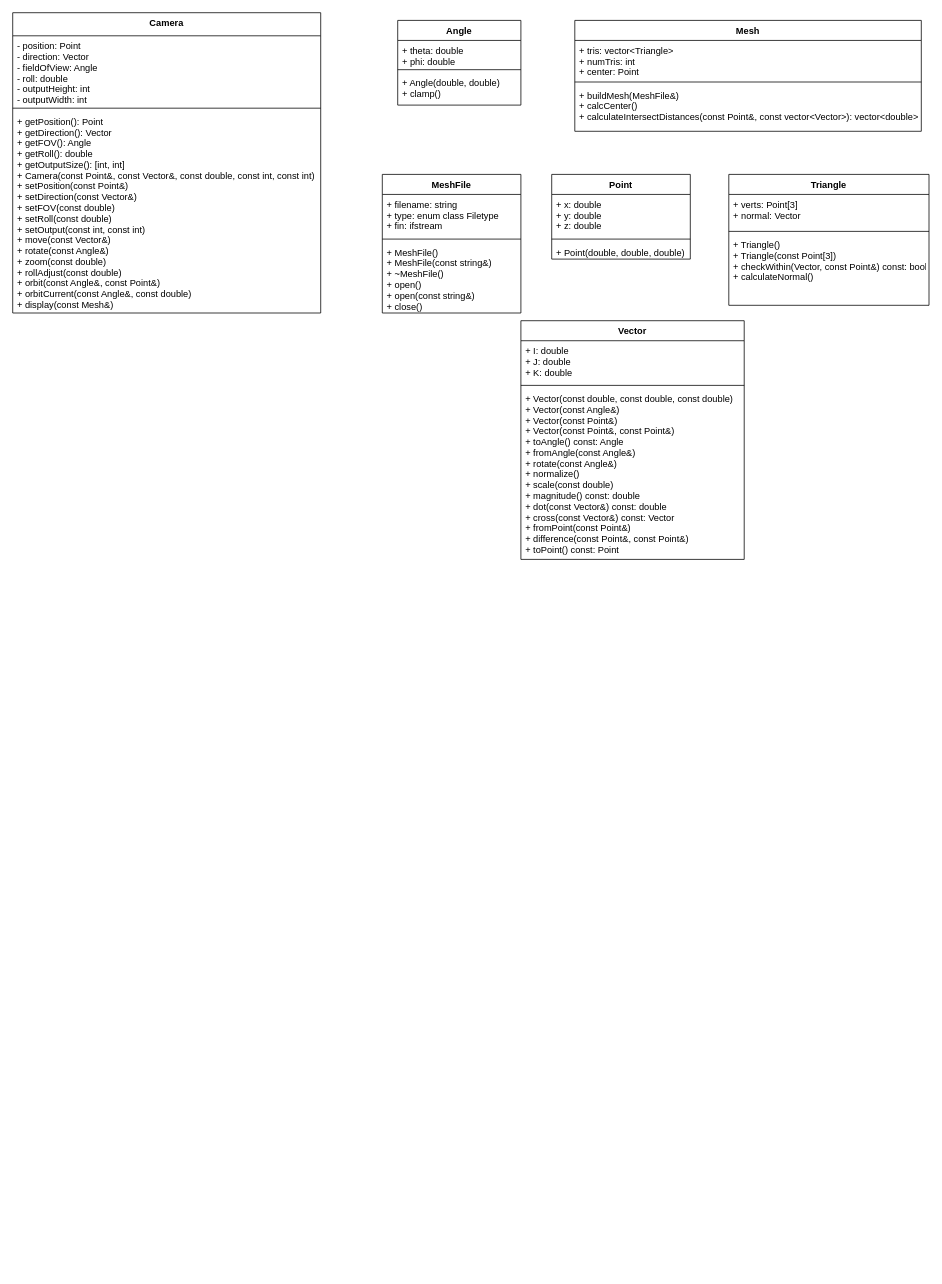
boBylliB/Terminal3DRenderer keeps this draw.io diagram as UMLDiagram.drawio. Above is the earlier version. Source tidied: cells renumbered, new cells numbered last; positions are measured from the earlier drawing's top-left corner, leaving out a move shared by most shapes. Both pictures are drawn from the tidied source at 77%, with x=0, y=0 at pixel (12, 12).
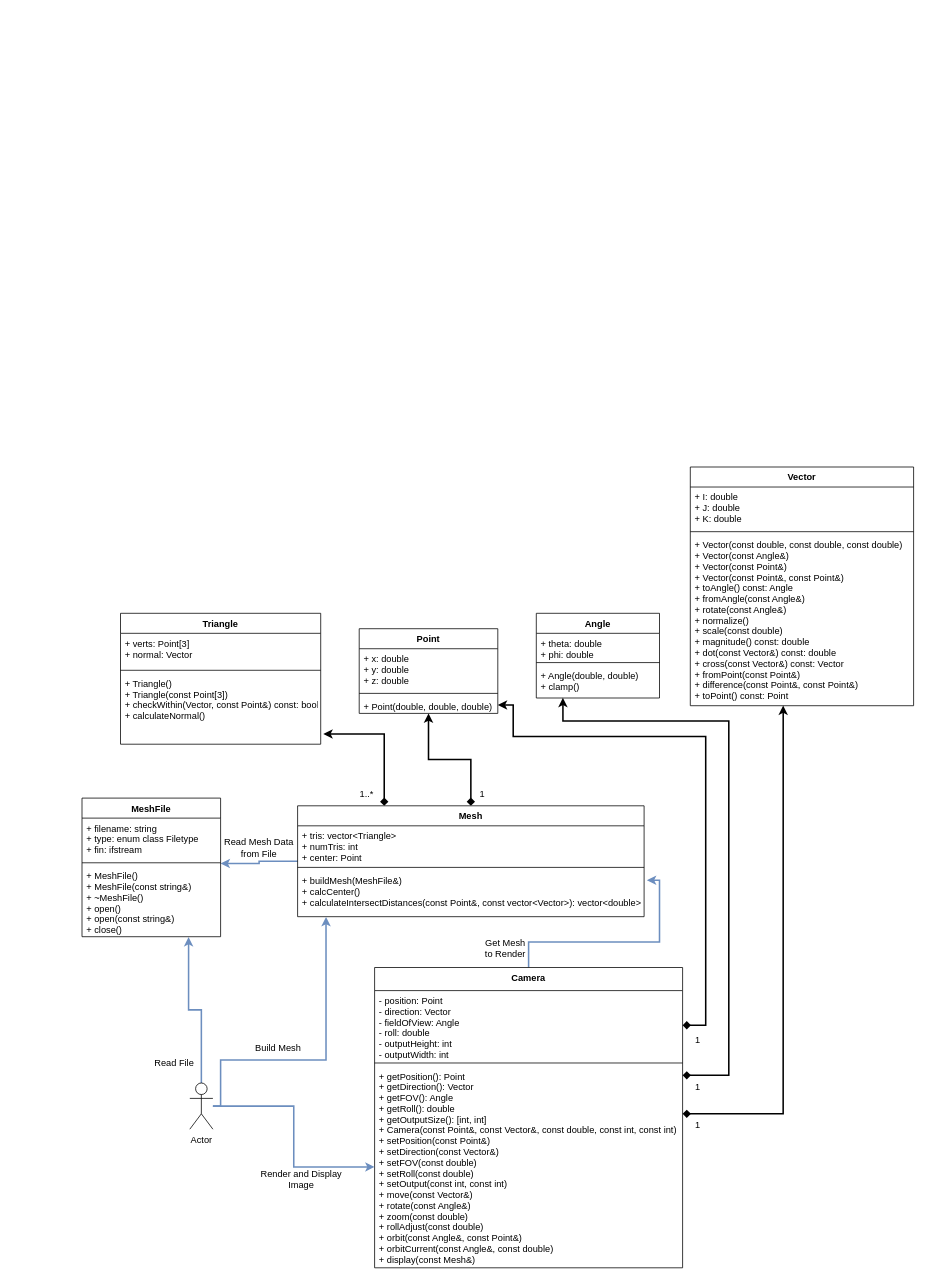
The same page after the edit.

The change refers to these unchanged cells:
```xml
<mxCell id="3" value="- position: Point&#10;- direction: Vector&#10;- fieldOfView: Angle&#10;- roll: double&#10;- outputHeight: int&#10;- outputWidth: int&#10;" style="text;strokeColor=none;fillColor=none;align=left;verticalAlign=top;spacingLeft=4;spacingRight=4;overflow=hidden;points=[[0,0.5],[1,0.5]];portConstraint=eastwest;" parent="2" vertex="1">
  <mxGeometry y="30" width="400" height="90" as="geometry" />
</mxCell>
<mxCell id="5" value="+ getPosition(): Point&#10;+ getDirection(): Vector&#10;+ getFOV(): Angle&#10;+ getRoll(): double&#10;+ getOutputSize(): [int, int]&#10;+ Camera(const Point&amp;, const Vector&amp;, const double, const int, const int)&#10;+ setPosition(const Point&amp;)&#10;+ setDirection(const Vector&amp;)&#10;+ setFOV(const double)&#10;+ setRoll(const double)&#10;+ setOutput(const int, const int)&#10;+ move(const Vector&amp;)&#10;+ rotate(const Angle&amp;)&#10;+ zoom(const double)&#10;+ rollAdjust(const double)&#10;+ orbit(const Angle&amp;, const Point&amp;)&#10;+ orbitCurrent(const Angle&amp;, const double)&#10;+ display(const Mesh&amp;)&#10;" style="text;strokeColor=none;fillColor=none;align=left;verticalAlign=top;spacingLeft=4;spacingRight=4;overflow=hidden;points=[[0,0.5],[1,0.5]];portConstraint=eastwest;" parent="2" vertex="1">
  <mxGeometry y="128" width="400" height="262" as="geometry" />
</mxCell>
<mxCell id="9" value="+ Angle(double, double)&#10;+ clamp()&#10;" style="text;strokeColor=none;fillColor=none;align=left;verticalAlign=top;spacingLeft=4;spacingRight=4;overflow=hidden;points=[[0,0.5],[1,0.5]];portConstraint=eastwest;" parent="6" vertex="1">
  <mxGeometry y="68" width="160" height="42" as="geometry" />
</mxCell>
<mxCell id="13" value="+ buildMesh(MeshFile&amp;)&#10;+ calcCenter()&#10;+ calculateIntersectDistances(const Point&amp;, const vector&lt;Vector&gt;): vector&lt;double&gt;&#10;&#10;" style="text;strokeColor=none;fillColor=none;align=left;verticalAlign=top;spacingLeft=4;spacingRight=4;overflow=hidden;points=[[0,0.5],[1,0.5]];portConstraint=eastwest;" parent="10" vertex="1">
  <mxGeometry y="84" width="450" height="60" as="geometry" />
</mxCell>
<mxCell id="17" value="+ MeshFile()&#10;+ MeshFile(const string&amp;)&#10;+ ~MeshFile()&#10;+ open()&#10;+ open(const string&amp;)&#10;+ close()&#10;" style="text;strokeColor=none;fillColor=none;align=left;verticalAlign=top;spacingLeft=4;spacingRight=4;overflow=hidden;points=[[0,0.5],[1,0.5]];portConstraint=eastwest;" parent="14" vertex="1">
  <mxGeometry y="88" width="180" height="92" as="geometry" />
</mxCell>
<mxCell id="21" value="+ Point(double, double, double)" style="text;strokeColor=none;fillColor=none;align=left;verticalAlign=top;spacingLeft=4;spacingRight=4;overflow=hidden;points=[[0,0.5],[1,0.5]];portConstraint=eastwest;" parent="18" vertex="1">
  <mxGeometry y="88" width="180" height="22" as="geometry" />
</mxCell>
<mxCell id="25" value="+ Triangle()&#10;+ Triangle(const Point[3])&#10;+ checkWithin(Vector, const Point&amp;) const: bool&#10;+ calculateNormal()&#10;" style="text;strokeColor=none;fillColor=none;align=left;verticalAlign=top;spacingLeft=4;spacingRight=4;overflow=hidden;points=[[0,0.5],[1,0.5]];portConstraint=eastwest;" parent="22" vertex="1">
  <mxGeometry y="78" width="260" height="92" as="geometry" />
</mxCell>
<mxCell id="29" value="+ Vector(const double, const double, const double)&#10;+ Vector(const Angle&amp;)&#10;+ Vector(const Point&amp;)&#10;+ Vector(const Point&amp;, const Point&amp;)&#10;+ toAngle() const: Angle&#10;+ fromAngle(const Angle&amp;)&#10;+ rotate(const Angle&amp;)&#10;+ normalize()&#10;+ scale(const double)&#10;+ magnitude() const: double&#10;+ dot(const Vector&amp;) const: double&#10;+ cross(const Vector&amp;) const: Vector&#10;+ fromPoint(const Point&amp;)&#10;+ difference(const Point&amp;, const Point&amp;)&#10;+ toPoint() const: Point&#10;" style="text;strokeColor=none;fillColor=none;align=left;verticalAlign=top;spacingLeft=4;spacingRight=4;overflow=hidden;points=[[0,0.5],[1,0.5]];portConstraint=eastwest;" parent="26" vertex="1">
  <mxGeometry y="88" width="290" height="222" as="geometry" />
</mxCell>
```

Diff of the diagram source:
```diff
@@
+    <mxCell id="30" style="edgeStyle=orthogonalEdgeStyle;rounded=0;jettySize=auto;html=1;entryX=1.008;entryY=0.21;entryDx=0;entryDy=0;entryPerimeter=0;strokeWidth=2;startArrow=none;startFill=0;fillColor=#dae8fc;strokeColor=#6c8ebf;" parent="1" edge="1" source="2" target="13">
+      <mxGeometry relative="1" as="geometry" />
+    </mxCell>
     <mxCell id="2" value="Camera" style="swimlane;fontStyle=1;align=center;verticalAlign=top;horizontal=1;startSize=30;" parent="1" vertex="1">
-      <mxGeometry width="400" height="390" as="geometry" />
+      <mxGeometry x="470" y="1240" width="400" height="390" as="geometry" />
     </mxCell>
@@
     <mxCell id="6" value="Angle" style="swimlane;fontStyle=1;align=center;verticalAlign=top;horizontal=1;startSize=26;" parent="1" vertex="1">
-      <mxGeometry x="500" y="10" width="160" height="110" as="geometry" />
+      <mxGeometry x="680" y="780" width="160" height="110" as="geometry" />
     </mxCell>
@@
+    <mxCell id="31" style="edgeStyle=orthogonalEdgeStyle;rounded=0;jettySize=auto;html=1;entryX=1;entryY=-0.033;entryDx=0;entryDy=0;entryPerimeter=0;fillColor=#dae8fc;strokeColor=#6c8ebf;strokeWidth=2;" parent="1" edge="1" source="10" target="17">
+      <mxGeometry relative="1" as="geometry" />
+    </mxCell>
+    <mxCell id="32" style="edgeStyle=orthogonalEdgeStyle;rounded=0;jettySize=auto;html=1;exitX=0.25;exitY=0;exitDx=0;exitDy=0;entryX=1.013;entryY=0.855;entryDx=0;entryDy=0;entryPerimeter=0;startArrow=diamond;startFill=1;strokeWidth=2;" parent="1" edge="1" source="10" target="25">
+      <mxGeometry relative="1" as="geometry" />
+    </mxCell>
+    <mxCell id="33" style="edgeStyle=orthogonalEdgeStyle;rounded=0;jettySize=auto;html=1;entryX=0.5;entryY=1;entryDx=0;entryDy=0;strokeWidth=2;startArrow=diamond;startFill=1;" parent="1" edge="1" source="10" target="18">
+      <mxGeometry relative="1" as="geometry" />
+    </mxCell>
     <mxCell id="10" value="Mesh" style="swimlane;fontStyle=1;align=center;verticalAlign=top;horizontal=1;startSize=26;" parent="1" vertex="1">
-      <mxGeometry x="730" y="10" width="450" height="144" as="geometry" />
+      <mxGeometry x="370" y="1030" width="450" height="144" as="geometry" />
     </mxCell>
@@
     <mxCell id="14" value="MeshFile" style="swimlane;fontStyle=1;align=center;verticalAlign=top;horizontal=1;startSize=26;" parent="1" vertex="1">
-      <mxGeometry x="480" y="210" width="180" height="180" as="geometry" />
+      <mxGeometry x="90" y="1020" width="180" height="180" as="geometry" />
     </mxCell>
@@
     <mxCell id="18" value="Point" style="swimlane;fontStyle=1;align=center;verticalAlign=top;horizontal=1;startSize=26;" parent="1" vertex="1">
-      <mxGeometry x="700" y="210" width="180" height="110" as="geometry" />
+      <mxGeometry x="450" y="800" width="180" height="110" as="geometry" />
     </mxCell>
@@
     <mxCell id="22" value="Triangle" style="swimlane;fontStyle=1;align=center;verticalAlign=top;horizontal=1;startSize=26;" parent="1" vertex="1">
-      <mxGeometry x="930" y="210" width="260" height="170" as="geometry" />
+      <mxGeometry x="140" y="780" width="260" height="170" as="geometry" />
     </mxCell>
@@
     <mxCell id="26" value="Vector" style="swimlane;fontStyle=1;align=center;verticalAlign=top;horizontal=1;startSize=26;" parent="1" vertex="1">
-      <mxGeometry x="660" y="400" width="290" height="310" as="geometry" />
+      <mxGeometry x="880" y="590" width="290" height="310" as="geometry" />
     </mxCell>
@@
+    <mxCell id="34" style="edgeStyle=orthogonalEdgeStyle;rounded=0;jettySize=auto;html=1;fillColor=#dae8fc;strokeColor=#6c8ebf;strokeWidth=2;" parent="1" edge="1" source="37" target="5">
+      <mxGeometry relative="1" as="geometry" />
+    </mxCell>
+    <mxCell id="35" style="edgeStyle=orthogonalEdgeStyle;rounded=0;jettySize=auto;html=1;entryX=0.769;entryY=1.005;entryDx=0;entryDy=0;entryPerimeter=0;strokeWidth=2;startArrow=none;startFill=0;fillColor=#dae8fc;strokeColor=#6c8ebf;" parent="1" edge="1" source="37" target="17">
+      <mxGeometry relative="1" as="geometry" />
+    </mxCell>
+    <mxCell id="36" style="edgeStyle=orthogonalEdgeStyle;rounded=0;jettySize=auto;html=1;entryX=0.082;entryY=1.005;entryDx=0;entryDy=0;entryPerimeter=0;strokeWidth=2;startArrow=none;startFill=0;fillColor=#dae8fc;strokeColor=#6c8ebf;" parent="1" edge="1" source="37" target="13">
+      <mxGeometry relative="1" as="geometry">
+        <Array as="points">
+          <mxPoint x="270" y="1420" />
+          <mxPoint x="270" y="1360" />
+          <mxPoint x="407" y="1360" />
+        </Array>
+      </mxGeometry>
+    </mxCell>
+    <mxCell id="37" value="Actor" style="shape=umlActor;verticalLabelPosition=bottom;verticalAlign=top;html=1;outlineConnect=0;" parent="1" vertex="1">
+      <mxGeometry x="230" y="1390" width="30" height="60" as="geometry" />
+    </mxCell>
+    <mxCell id="38" value="1..*" style="text;html=1;strokeColor=none;fillColor=none;align=center;verticalAlign=middle;whiteSpace=wrap;rounded=0;" parent="1" vertex="1">
+      <mxGeometry x="430" y="1000" width="60" height="30" as="geometry" />
+    </mxCell>
+    <mxCell id="39" style="edgeStyle=orthogonalEdgeStyle;rounded=0;jettySize=auto;html=1;entryX=1;entryY=0.5;entryDx=0;entryDy=0;strokeWidth=2;startArrow=diamond;startFill=1;" parent="1" edge="1" source="3" target="21">
+      <mxGeometry relative="1" as="geometry">
+        <Array as="points">
+          <mxPoint x="900" y="1315" />
+          <mxPoint x="900" y="940" />
+          <mxPoint x="650" y="940" />
+          <mxPoint x="650" y="899" />
+        </Array>
+      </mxGeometry>
+    </mxCell>
+    <mxCell id="40" style="edgeStyle=orthogonalEdgeStyle;rounded=0;jettySize=auto;html=1;entryX=0.216;entryY=0.993;entryDx=0;entryDy=0;entryPerimeter=0;strokeWidth=2;startArrow=diamond;startFill=1;" parent="1" edge="1" source="5" target="9">
+      <mxGeometry relative="1" as="geometry">
+        <Array as="points">
+          <mxPoint x="930" y="1380" />
+          <mxPoint x="930" y="920" />
+          <mxPoint x="715" y="920" />
+        </Array>
+      </mxGeometry>
+    </mxCell>
+    <mxCell id="41" style="edgeStyle=orthogonalEdgeStyle;rounded=0;jettySize=auto;html=1;entryX=0.416;entryY=0.999;entryDx=0;entryDy=0;entryPerimeter=0;strokeWidth=2;startArrow=diamond;startFill=1;" parent="1" edge="1" source="5" target="29">
+      <mxGeometry relative="1" as="geometry">
+        <Array as="points">
+          <mxPoint x="1001" y="1430" />
+        </Array>
+      </mxGeometry>
+    </mxCell>
+    <mxCell id="42" value="1" style="text;html=1;strokeColor=none;fillColor=none;align=center;verticalAlign=middle;whiteSpace=wrap;rounded=0;" parent="1" vertex="1">
+      <mxGeometry x="580" y="1000" width="60" height="30" as="geometry" />
+    </mxCell>
+    <mxCell id="43" value="1" style="text;html=1;strokeColor=none;fillColor=none;align=center;verticalAlign=middle;whiteSpace=wrap;rounded=0;" parent="1" vertex="1">
+      <mxGeometry x="860" y="1320" width="60" height="30" as="geometry" />
+    </mxCell>
+    <mxCell id="44" value="1" style="text;html=1;strokeColor=none;fillColor=none;align=center;verticalAlign=middle;whiteSpace=wrap;rounded=0;" parent="1" vertex="1">
+      <mxGeometry x="860" y="1380" width="60" height="30" as="geometry" />
+    </mxCell>
+    <mxCell id="45" value="1" style="text;html=1;strokeColor=none;fillColor=none;align=center;verticalAlign=middle;whiteSpace=wrap;rounded=0;" parent="1" vertex="1">
+      <mxGeometry x="860" y="1430" width="60" height="30" as="geometry" />
+    </mxCell>
+    <mxCell id="46" value="Read File" style="text;html=1;strokeColor=none;fillColor=none;align=center;verticalAlign=middle;whiteSpace=wrap;rounded=0;" parent="1" vertex="1">
+      <mxGeometry x="180" y="1350" width="60" height="30" as="geometry" />
+    </mxCell>
+    <mxCell id="47" value="Render and Display Image" style="text;html=1;strokeColor=none;fillColor=none;align=center;verticalAlign=middle;whiteSpace=wrap;rounded=0;" parent="1" vertex="1">
+      <mxGeometry x="320" y="1500" width="110" height="30" as="geometry" />
+    </mxCell>
+    <mxCell id="48" value="Get Mesh to Render" style="text;html=1;strokeColor=none;fillColor=none;align=center;verticalAlign=middle;whiteSpace=wrap;rounded=0;" parent="1" vertex="1">
+      <mxGeometry x="610" y="1200" width="60" height="30" as="geometry" />
+    </mxCell>
+    <mxCell id="49" value="Read Mesh Data from File" style="text;html=1;strokeColor=none;fillColor=none;align=center;verticalAlign=middle;whiteSpace=wrap;rounded=0;" parent="1" vertex="1">
+      <mxGeometry x="270" y="1070" width="100" height="30" as="geometry" />
+    </mxCell>
+    <mxCell id="50" value="Build Mesh" style="text;html=1;strokeColor=none;fillColor=none;align=center;verticalAlign=middle;whiteSpace=wrap;rounded=0;" parent="1" vertex="1">
+      <mxGeometry x="290" y="1330" width="110" height="30" as="geometry" />
+    </mxCell>
```
